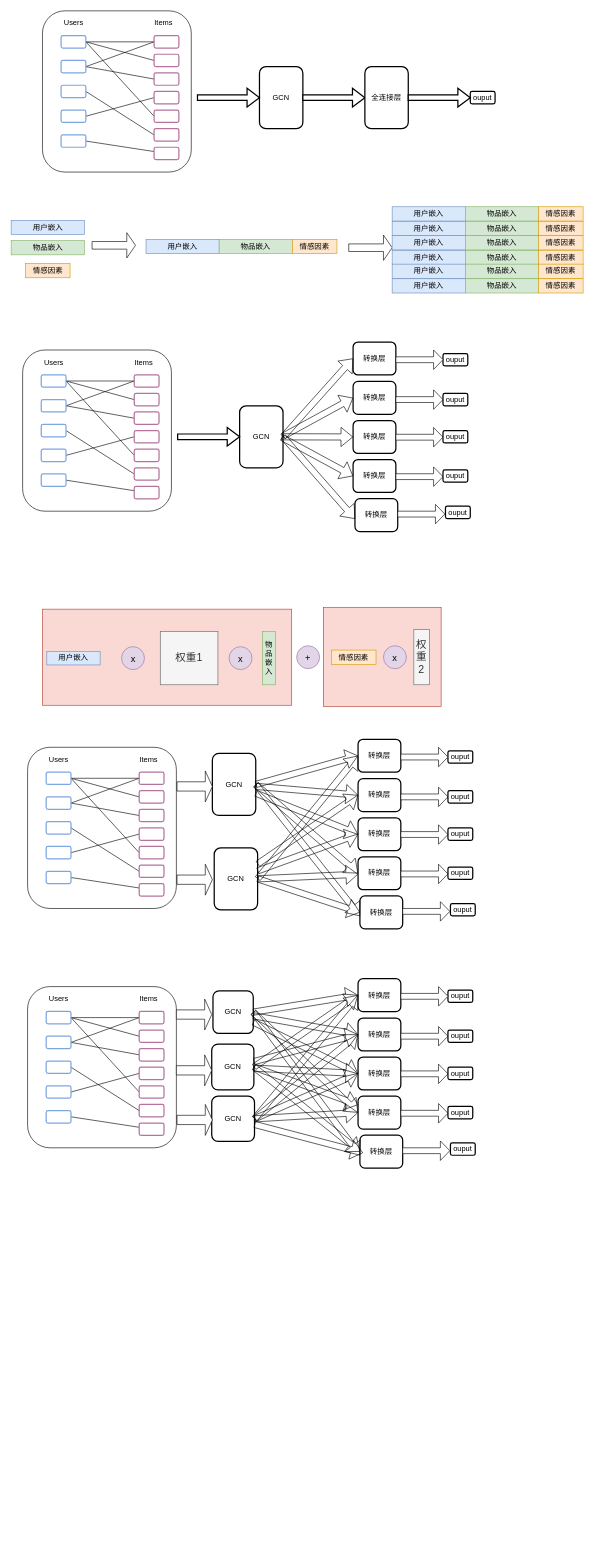
This is GCN.drawio from hqius/draw, a draw.io file, before an edit. Source tidied: cells renumbered, new cells numbered last; positions are measured from the earlier drawing's top-left corner, leaving out a move shared by most shapes. Both pictures are drawn from the tidied source at 62%, with x=0, y=0 at pixel (11, 11).
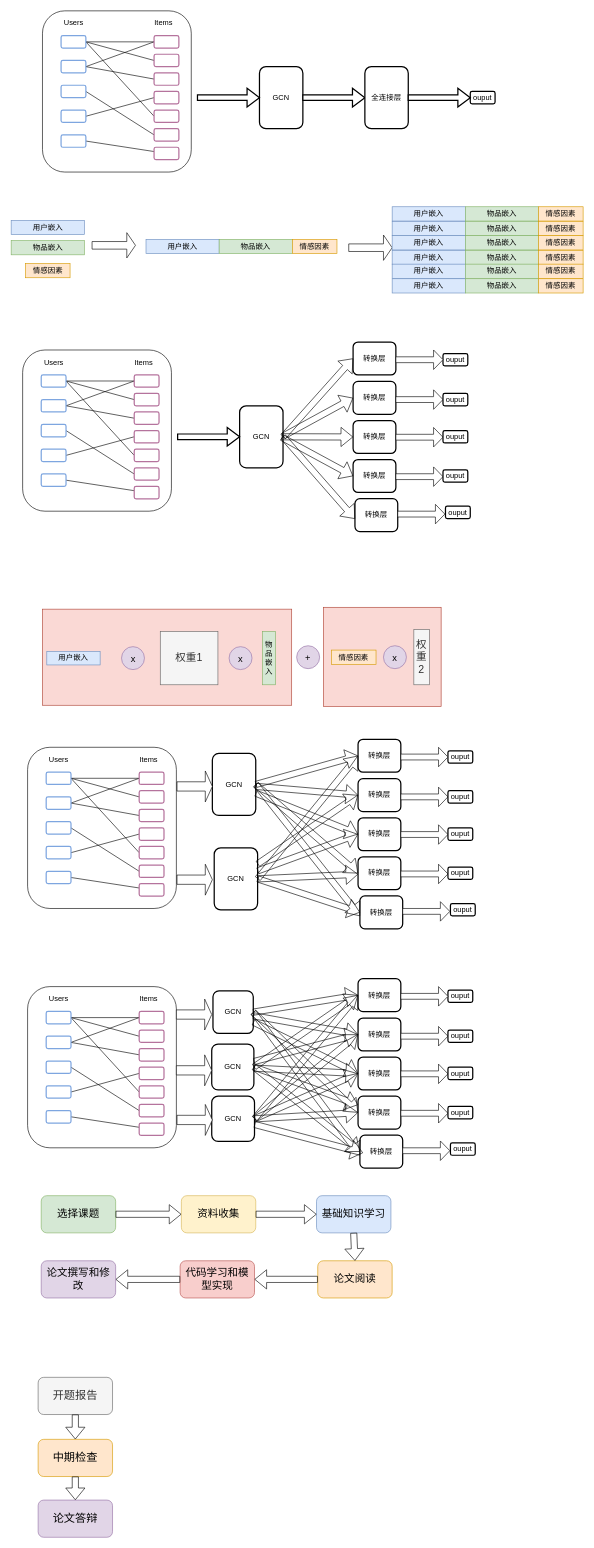
The same page after the edit.

What changed in the source:
```diff
@@
+    <mxCell id="226" value="&lt;font style=&quot;font-size: 17px&quot;&gt;资料收集&lt;/font&gt;" style="rounded=1;whiteSpace=wrap;html=1;fillColor=#fff2cc;strokeColor=#d6b656;" parent="1" vertex="1">
+      <mxGeometry x="274" y="1911" width="120" height="60" as="geometry" />
+    </mxCell>
+    <mxCell id="227" value="&lt;span style=&quot;font-size: 17px&quot;&gt;基础知识学习&lt;/span&gt;" style="rounded=1;whiteSpace=wrap;html=1;fillColor=#dae8fc;strokeColor=#6c8ebf;" parent="1" vertex="1">
+      <mxGeometry x="492" y="1911" width="120" height="60" as="geometry" />
+    </mxCell>
+    <mxCell id="228" value="&lt;span style=&quot;font-size: 17px&quot;&gt;论文阅读&lt;/span&gt;" style="rounded=1;whiteSpace=wrap;html=1;fillColor=#ffe6cc;strokeColor=#d79b00;" parent="1" vertex="1">
+      <mxGeometry x="494" y="2016" width="120" height="60" as="geometry" />
+    </mxCell>
+    <mxCell id="229" value="&lt;span style=&quot;font-size: 17px&quot;&gt;选择课题&lt;/span&gt;" style="rounded=1;whiteSpace=wrap;html=1;fillColor=#d5e8d4;strokeColor=#82b366;" parent="1" vertex="1">
+      <mxGeometry x="48" y="1911" width="120" height="60" as="geometry" />
+    </mxCell>
+    <mxCell id="230" style="shape=flexArrow;endArrow=classic;html=1;entryX=0;entryY=0.5;entryDx=0;entryDy=0;" parent="1" edge="1" source="229" target="226">
+      <mxGeometry relative="1" as="geometry" />
+    </mxCell>
+    <mxCell id="231" style="shape=flexArrow;endArrow=classic;html=1;exitX=1;exitY=0.5;exitDx=0;exitDy=0;" parent="1" edge="1" source="226" target="227">
+      <mxGeometry relative="1" as="geometry" />
+    </mxCell>
+    <mxCell id="232" style="shape=flexArrow;endArrow=classic;html=1;exitX=0.5;exitY=1;exitDx=0;exitDy=0;entryX=0.5;entryY=0;entryDx=0;entryDy=0;" parent="1" edge="1" source="227" target="228">
+      <mxGeometry relative="1" as="geometry" />
+    </mxCell>
+    <mxCell id="233" value="&lt;span style=&quot;font-size: 17px&quot;&gt;代码学习和模型实现&lt;/span&gt;" style="rounded=1;whiteSpace=wrap;html=1;fillColor=#f8cecc;strokeColor=#b85450;" parent="1" vertex="1">
+      <mxGeometry x="272" y="2016" width="120" height="60" as="geometry" />
+    </mxCell>
+    <mxCell id="234" style="shape=flexArrow;endArrow=classic;html=1;exitX=0;exitY=0.5;exitDx=0;exitDy=0;entryX=1;entryY=0.5;entryDx=0;entryDy=0;" parent="1" edge="1" source="228" target="233">
+      <mxGeometry relative="1" as="geometry" />
+    </mxCell>
+    <mxCell id="235" value="&lt;span style=&quot;font-size: 17px&quot;&gt;论文撰写和修改&lt;/span&gt;" style="rounded=1;whiteSpace=wrap;html=1;fillColor=#e1d5e7;strokeColor=#9673a6;" parent="1" vertex="1">
+      <mxGeometry x="48" y="2016" width="120" height="60" as="geometry" />
+    </mxCell>
+    <mxCell id="236" style="shape=flexArrow;endArrow=classic;html=1;exitX=0;exitY=0.5;exitDx=0;exitDy=0;entryX=1;entryY=0.5;entryDx=0;entryDy=0;" parent="1" edge="1" source="233" target="235">
+      <mxGeometry relative="1" as="geometry" />
+    </mxCell>
+    <mxCell id="237" value="&lt;font style=&quot;font-size: 18px&quot;&gt;开题报告&lt;/font&gt;" style="rounded=1;whiteSpace=wrap;html=1;fillColor=#f5f5f5;strokeColor=#666666;fontColor=#333333;" parent="1" vertex="1">
+      <mxGeometry x="43" y="2204" width="120" height="60" as="geometry" />
+    </mxCell>
+    <mxCell id="238" value="&lt;font style=&quot;font-size: 18px&quot;&gt;中期检查&lt;/font&gt;" style="rounded=1;whiteSpace=wrap;html=1;fillColor=#ffe6cc;strokeColor=#d79b00;" parent="1" vertex="1">
+      <mxGeometry x="43" y="2304" width="120" height="60" as="geometry" />
+    </mxCell>
+    <mxCell id="239" value="&lt;span style=&quot;font-size: 18px&quot;&gt;论文答辩&lt;/span&gt;" style="rounded=1;whiteSpace=wrap;html=1;fillColor=#e1d5e7;strokeColor=#9673a6;" parent="1" vertex="1">
+      <mxGeometry x="43" y="2402" width="120" height="60" as="geometry" />
+    </mxCell>
+    <mxCell id="240" style="shape=flexArrow;endArrow=classic;html=1;entryX=0.5;entryY=0;entryDx=0;entryDy=0;" parent="1" edge="1" source="237" target="238">
+      <mxGeometry relative="1" as="geometry" />
+    </mxCell>
+    <mxCell id="241" style="shape=flexArrow;endArrow=classic;html=1;entryX=0.5;entryY=0;entryDx=0;entryDy=0;exitX=0.5;exitY=1;exitDx=0;exitDy=0;" parent="1" edge="1" source="238" target="239">
+      <mxGeometry relative="1" as="geometry" />
+    </mxCell>
```
